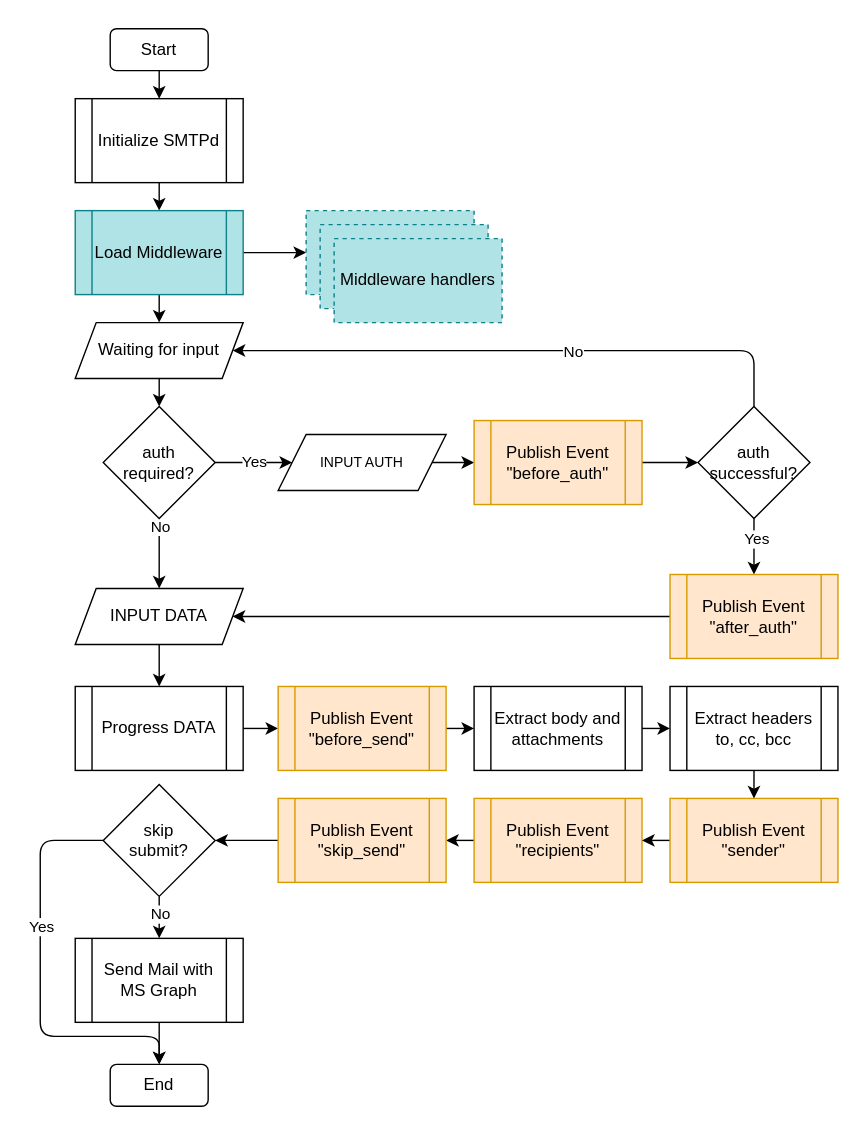
Earlier version of the draw.io export Resources/flow.svg (ggpwnkthx/Microsoft-Graph-SMTP-Relay). Source tidied: cells renumbered, new cells last; positions are measured from the earlier drawing's top-left corner, leaving out a move shared by most shapes.
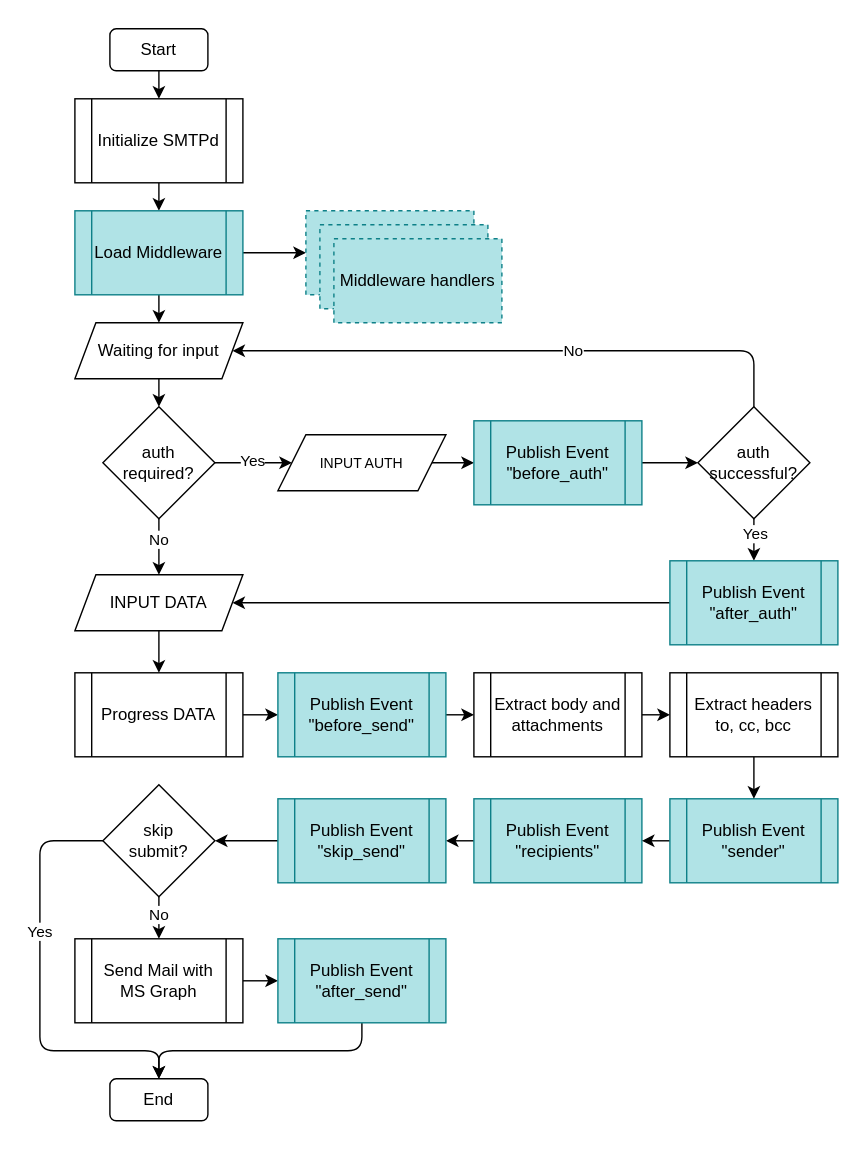
The same file after the commit.

Diff of the diagram source:
```diff
@@ -9,7 +9,7 @@
       <mxGeometry x="50" width="70" height="30" as="geometry" />
     </mxCell>
     <mxCell id="4" value="End" style="rounded=1;whiteSpace=wrap;html=1;" parent="1" vertex="1">
-      <mxGeometry x="50" y="740" width="70" height="30" as="geometry" />
+      <mxGeometry x="50" y="750" width="70" height="30" as="geometry" />
     </mxCell>
     <mxCell id="5" style="edgeStyle=none;html=1;entryX=0.5;entryY=0;entryDx=0;entryDy=0;strokeColor=default;" parent="1" edge="1" source="6" target="13">
       <mxGeometry relative="1" as="geometry" />
@@ -21,13 +21,13 @@
       <mxGeometry relative="1" as="geometry" />
     </mxCell>
     <mxCell id="8" value="INPUT DATA" style="shape=parallelogram;perimeter=parallelogramPerimeter;whiteSpace=wrap;html=1;fixedSize=1;size=15;" parent="1" vertex="1">
-      <mxGeometry x="25" y="400" width="120" height="40" as="geometry" />
+      <mxGeometry x="25" y="390" width="120" height="40" as="geometry" />
     </mxCell>
     <mxCell id="9" style="edgeStyle=none;html=1;" parent="1" edge="1" source="10" target="35">
       <mxGeometry relative="1" as="geometry" />
     </mxCell>
     <mxCell id="10" value="Progress DATA" style="shape=process;whiteSpace=wrap;html=1;backgroundOutline=1;" parent="1" vertex="1">
-      <mxGeometry x="25" y="470" width="120" height="60" as="geometry" />
+      <mxGeometry x="25" y="460" width="120" height="60" as="geometry" />
     </mxCell>
     <mxCell id="11" style="edgeStyle=none;html=1;entryX=0.5;entryY=0;entryDx=0;entryDy=0;" parent="1" edge="1" source="13" target="29">
       <mxGeometry relative="1" as="geometry" />
@@ -49,7 +49,7 @@
     </mxCell>
     <mxCell id="17" value="No" style="edgeLabel;html=1;align=center;verticalAlign=middle;" parent="16" vertex="1">
       <mxGeometry y="-3" relative="1" as="geometry">
-        <mxPoint x="3" y="-20" as="offset" />
+        <mxPoint x="3" y="-5" as="offset" />
       </mxGeometry>
     </mxCell>
     <mxCell id="18" value="auth&lt;br&gt;required?" style="rhombus;whiteSpace=wrap;html=1;fontSize=12;" parent="1" vertex="1">
@@ -82,9 +82,9 @@
     <mxCell id="25" value="auth successful?" style="rhombus;whiteSpace=wrap;html=1;fontSize=12;spacing=2;" parent="1" vertex="1">
       <mxGeometry x="470" y="270" width="80" height="80" as="geometry" />
     </mxCell>
-    <mxCell id="26" style="edgeStyle=none;html=1;" parent="1" edge="1" source="27" target="4">
-      <mxGeometry relative="1" as="geometry" />
-    </mxCell>
+    <mxCell id="54" style="edgeStyle=none;html=1;" parent="1" edge="1" source="27" target="56">
+      <mxGeometry relative="1" as="geometry" />
+    </mxCell>
     <mxCell id="27" value="Send Mail with MS Graph" style="shape=process;whiteSpace=wrap;html=1;backgroundOutline=1;" parent="1" vertex="1">
       <mxGeometry x="25" y="650" width="120" height="60" as="geometry" />
     </mxCell>
@@ -97,49 +97,49 @@
     <mxCell id="30" style="edgeStyle=none;html=1;entryX=0;entryY=0.5;entryDx=0;entryDy=0;" parent="1" edge="1" source="31" target="25">
       <mxGeometry relative="1" as="geometry" />
     </mxCell>
-    <mxCell id="31" value="Publish Event&#10;&quot;before_auth&quot;" style="shape=process;backgroundOutline=1;fontSize=12;fillColor=#ffe6cc;strokeColor=#d79b00;whiteSpace=wrap;fontColor=default;align=center;verticalAlign=middle;fontFamily=Helvetica;" parent="1" vertex="1">
+    <mxCell id="31" value="Publish Event&#10;&quot;before_auth&quot;" style="shape=process;backgroundOutline=1;fontSize=12;fillColor=#b0e3e6;strokeColor=#0e8088;whiteSpace=wrap;align=center;verticalAlign=middle;fontFamily=Helvetica;" parent="1" vertex="1">
       <mxGeometry x="310" y="280" width="120" height="60" as="geometry" />
     </mxCell>
     <mxCell id="32" style="edgeStyle=none;html=1;entryX=1;entryY=0.5;entryDx=0;entryDy=0;" parent="1" edge="1" source="33" target="8">
       <mxGeometry relative="1" as="geometry" />
     </mxCell>
-    <mxCell id="33" value="Publish Event&#10;&quot;after_auth&quot;" style="shape=process;whiteSpace=wrap;backgroundOutline=1;fontSize=12;fillColor=#ffe6cc;strokeColor=#d79b00;" parent="1" vertex="1">
-      <mxGeometry x="450" y="390" width="120" height="60" as="geometry" />
+    <mxCell id="33" value="Publish Event&#10;&quot;after_auth&quot;" style="shape=process;whiteSpace=wrap;backgroundOutline=1;fontSize=12;fillColor=#b0e3e6;strokeColor=#0e8088;" parent="1" vertex="1">
+      <mxGeometry x="450" y="380" width="120" height="60" as="geometry" />
     </mxCell>
     <mxCell id="34" style="edgeStyle=none;html=1;" parent="1" edge="1" source="35" target="41">
       <mxGeometry relative="1" as="geometry" />
     </mxCell>
-    <mxCell id="35" value="Publish Event&#10;&quot;before_send&quot;" style="shape=process;whiteSpace=wrap;backgroundOutline=1;fillColor=#ffe6cc;strokeColor=#d79b00;" parent="1" vertex="1">
-      <mxGeometry x="170" y="470" width="120" height="60" as="geometry" />
+    <mxCell id="35" value="Publish Event&#10;&quot;before_send&quot;" style="shape=process;whiteSpace=wrap;backgroundOutline=1;fillColor=#b0e3e6;strokeColor=#0e8088;" parent="1" vertex="1">
+      <mxGeometry x="170" y="460" width="120" height="60" as="geometry" />
     </mxCell>
     <mxCell id="36" style="edgeStyle=none;html=1;" parent="1" edge="1" source="37" target="45">
       <mxGeometry relative="1" as="geometry" />
     </mxCell>
-    <mxCell id="37" value="Publish Event&#10;&quot;recipients&quot;" style="shape=process;whiteSpace=wrap;backgroundOutline=1;fillColor=#ffe6cc;strokeColor=#d79b00;" parent="1" vertex="1">
+    <mxCell id="37" value="Publish Event&#10;&quot;recipients&quot;" style="shape=process;whiteSpace=wrap;backgroundOutline=1;fillColor=#b0e3e6;strokeColor=#0e8088;" parent="1" vertex="1">
       <mxGeometry x="310" y="550" width="120" height="60" as="geometry" />
     </mxCell>
     <mxCell id="38" style="edgeStyle=none;html=1;" parent="1" edge="1" source="39" target="37">
       <mxGeometry relative="1" as="geometry" />
     </mxCell>
-    <mxCell id="39" value="Publish Event&#10;&quot;sender&quot;" style="shape=process;whiteSpace=wrap;backgroundOutline=1;fillColor=#ffe6cc;strokeColor=#d79b00;" parent="1" vertex="1">
+    <mxCell id="39" value="Publish Event&#10;&quot;sender&quot;" style="shape=process;whiteSpace=wrap;backgroundOutline=1;fillColor=#b0e3e6;strokeColor=#0e8088;" parent="1" vertex="1">
       <mxGeometry x="450" y="550" width="120" height="60" as="geometry" />
     </mxCell>
     <mxCell id="40" style="edgeStyle=none;html=1;" parent="1" edge="1" source="41" target="43">
       <mxGeometry relative="1" as="geometry" />
     </mxCell>
     <mxCell id="41" value="Extract body and attachments" style="shape=process;whiteSpace=wrap;html=1;backgroundOutline=1;" parent="1" vertex="1">
-      <mxGeometry x="310" y="470" width="120" height="60" as="geometry" />
+      <mxGeometry x="310" y="460" width="120" height="60" as="geometry" />
     </mxCell>
     <mxCell id="42" style="edgeStyle=none;html=1;" parent="1" edge="1" source="43" target="39">
       <mxGeometry relative="1" as="geometry" />
     </mxCell>
     <mxCell id="43" value="Extract headers&lt;br&gt;to, cc, bcc" style="shape=process;whiteSpace=wrap;html=1;backgroundOutline=1;" parent="1" vertex="1">
-      <mxGeometry x="450" y="470" width="120" height="60" as="geometry" />
+      <mxGeometry x="450" y="460" width="120" height="60" as="geometry" />
     </mxCell>
     <mxCell id="44" style="edgeStyle=none;html=1;" parent="1" edge="1" source="45" target="50">
       <mxGeometry relative="1" as="geometry" />
     </mxCell>
-    <mxCell id="45" value="Publish Event&#10;&quot;skip_send&quot;" style="shape=process;whiteSpace=wrap;backgroundOutline=1;fillColor=#ffe6cc;strokeColor=#d79b00;" parent="1" vertex="1">
+    <mxCell id="45" value="Publish Event&#10;&quot;skip_send&quot;" style="shape=process;whiteSpace=wrap;backgroundOutline=1;fillColor=#b0e3e6;strokeColor=#0e8088;" parent="1" vertex="1">
       <mxGeometry x="170" y="550" width="120" height="60" as="geometry" />
     </mxCell>
     <mxCell id="46" style="edgeStyle=none;html=1;" parent="1" edge="1" source="50" target="27">
@@ -152,9 +152,9 @@
       <mxGeometry relative="1" as="geometry">
         <Array as="points">
           <mxPoint y="580" />
-          <mxPoint y="650" />
-          <mxPoint y="720" />
-          <mxPoint x="85" y="720" />
+          <mxPoint y="660" />
+          <mxPoint y="730" />
+          <mxPoint x="85" y="730" />
         </Array>
       </mxGeometry>
     </mxCell>
@@ -175,5 +175,16 @@
     <mxCell id="53" value="Middleware handlers" style="rounded=0;whiteSpace=wrap;html=1;dashed=1;fillColor=#b0e3e6;strokeColor=#0e8088;" parent="1" vertex="1">
       <mxGeometry x="210" y="150" width="120" height="60" as="geometry" />
     </mxCell>
+    <mxCell id="55" style="edgeStyle=none;html=1;entryX=0.5;entryY=0;entryDx=0;entryDy=0;" parent="1" edge="1" source="56" target="4">
+      <mxGeometry relative="1" as="geometry">
+        <Array as="points">
+          <mxPoint x="230" y="730" />
+          <mxPoint x="85" y="730" />
+        </Array>
+      </mxGeometry>
+    </mxCell>
+    <mxCell id="56" value="Publish Event&lt;br&gt;&quot;after_send&quot;" style="shape=process;whiteSpace=wrap;html=1;backgroundOutline=1;fillColor=#b0e3e6;strokeColor=#0e8088;" parent="1" vertex="1">
+      <mxGeometry x="170" y="650" width="120" height="60" as="geometry" />
+    </mxCell>
   </root>
 </mxGraphModel>
```
